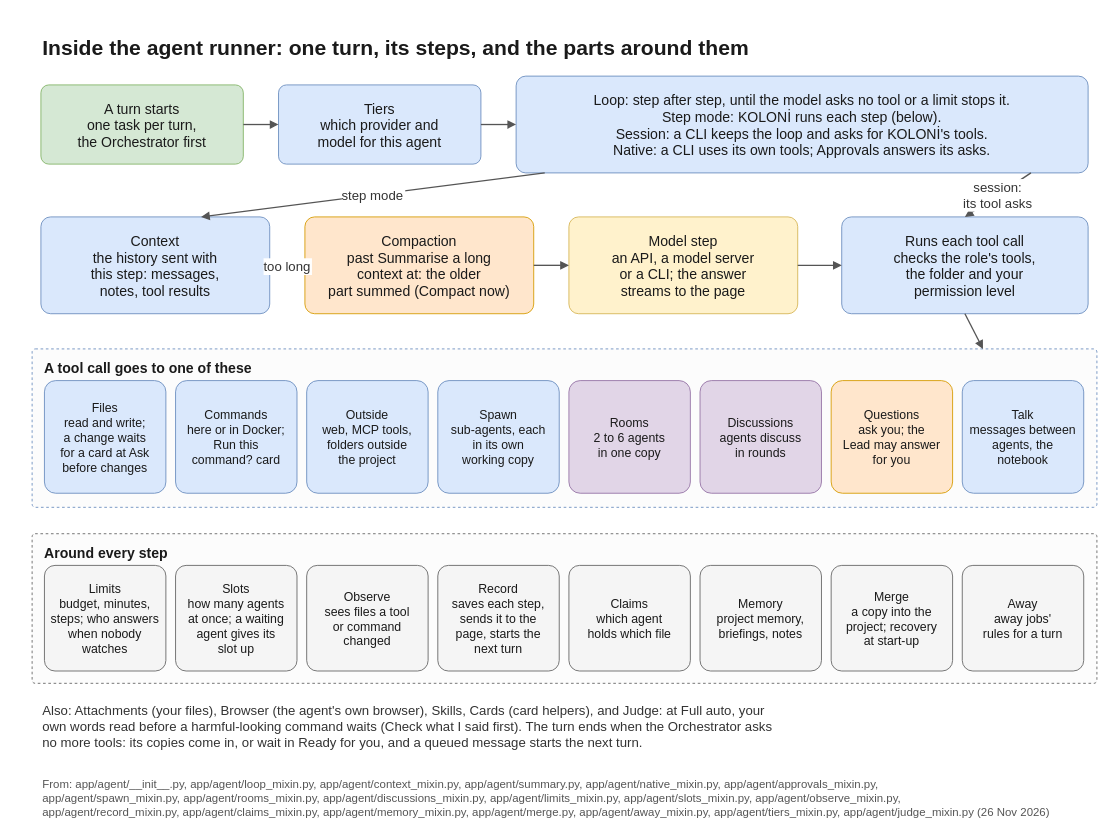
flyingriverhorse/Koloni keeps this draw.io diagram as docs/diagrams/runner.drawio. Above is the earlier version. Source tidied: cells renumbered, new cells numbered last; positions are measured from the earlier drawing's top-left corner, leaving out a move shared by most shapes. Both pictures are drawn from the tidied source at 88%, with x=0, y=0 at pixel (14, 14).
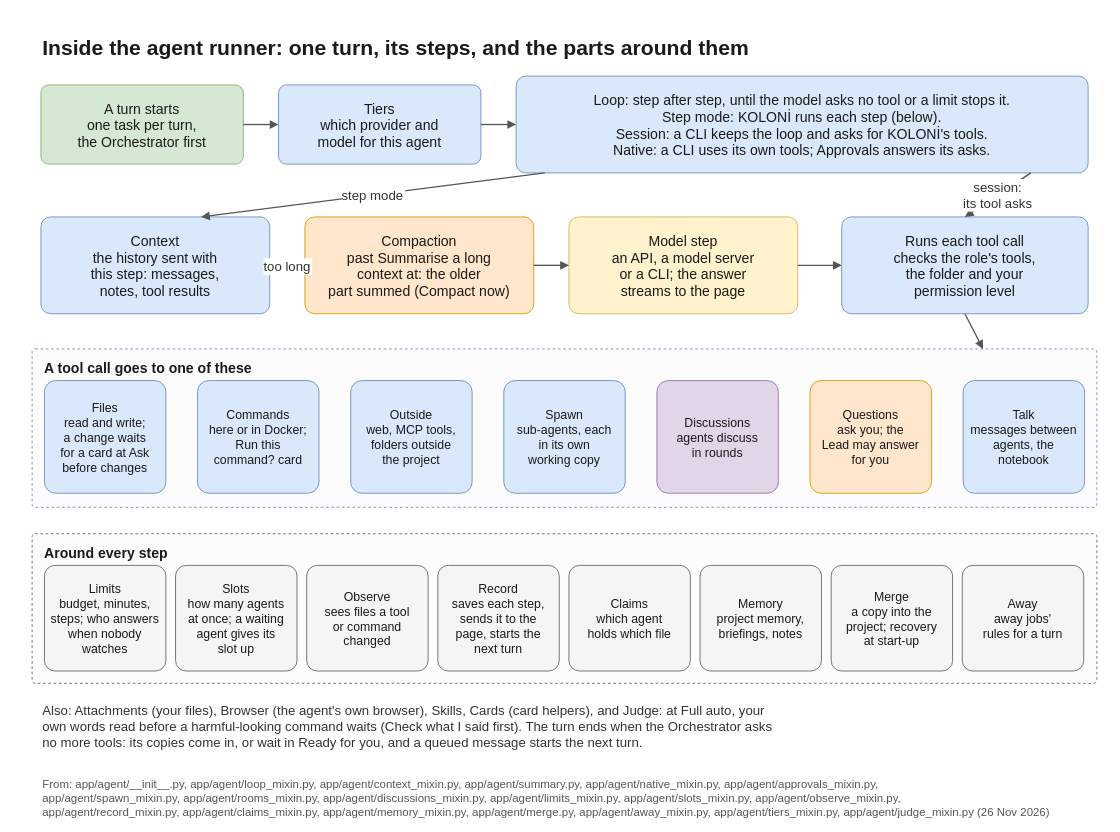
After the change.

The edit, as a diff of the source:
```diff
@@
     <mxCell id="21" value="Commands&#10;here or in Docker;&#10;Run this&#10;command? card" style="rounded=1;arcSize=10;fillColor=#dae8fc;strokeColor=#6c8ebf;fontFamily=Helvetica;fontColor=#1a1a1a;fontSize=14;spacing=6;" parent="1" vertex="1">
-      <mxGeometry x="183" y="416" width="138" height="128" as="geometry" />
+      <mxGeometry x="208" y="416" width="138" height="128" as="geometry" />
     </mxCell>
     <mxCell id="22" value="Outside&#10;web, MCP tools,&#10;folders outside&#10;the project" style="rounded=1;arcSize=10;fillColor=#dae8fc;strokeColor=#6c8ebf;fontFamily=Helvetica;fontColor=#1a1a1a;fontSize=14;spacing=6;" parent="1" vertex="1">
-      <mxGeometry x="332" y="416" width="138" height="128" as="geometry" />
+      <mxGeometry x="382" y="416" width="138" height="128" as="geometry" />
     </mxCell>
     <mxCell id="23" value="Spawn&#10;sub-agents, each&#10;in its own&#10;working copy" style="rounded=1;arcSize=10;fillColor=#dae8fc;strokeColor=#6c8ebf;fontFamily=Helvetica;fontColor=#1a1a1a;fontSize=14;spacing=6;" parent="1" vertex="1">
-      <mxGeometry x="481" y="416" width="138" height="128" as="geometry" />
+      <mxGeometry x="556" y="416" width="138" height="128" as="geometry" />
     </mxCell>
-    <mxCell id="24" value="Rooms&#10;2 to 6 agents&#10;in one copy" style="rounded=1;arcSize=10;fillColor=#e1d5e7;strokeColor=#9673a6;fontFamily=Helvetica;fontColor=#1a1a1a;fontSize=14;spacing=6;" parent="1" vertex="1">
-      <mxGeometry x="630" y="416" width="138" height="128" as="geometry" />
-    </mxCell>
     <mxCell id="25" value="Discussions&#10;agents discuss&#10;in rounds" style="rounded=1;arcSize=10;fillColor=#e1d5e7;strokeColor=#9673a6;fontFamily=Helvetica;fontColor=#1a1a1a;fontSize=14;spacing=6;" parent="1" vertex="1">
-      <mxGeometry x="779" y="416" width="138" height="128" as="geometry" />
+      <mxGeometry x="730" y="416" width="138" height="128" as="geometry" />
     </mxCell>
     <mxCell id="26" value="Questions&#10;ask you; the&#10;Lead may answer&#10;for you" style="rounded=1;arcSize=10;fillColor=#ffe6cc;strokeColor=#d79b00;fontFamily=Helvetica;fontColor=#1a1a1a;fontSize=14;spacing=6;" parent="1" vertex="1">
-      <mxGeometry x="928" y="416" width="138" height="128" as="geometry" />
+      <mxGeometry x="904" y="416" width="138" height="128" as="geometry" />
     </mxCell>
     <mxCell id="27" value="Talk&#10;messages between&#10;agents, the&#10;notebook" style="rounded=1;arcSize=10;fillColor=#dae8fc;strokeColor=#6c8ebf;fontFamily=Helvetica;fontColor=#1a1a1a;fontSize=14;spacing=6;" parent="1" vertex="1">
-      <mxGeometry x="1077" y="416" width="138" height="128" as="geometry" />
+      <mxGeometry x="1078" y="416" width="138" height="128" as="geometry" />
     </mxCell>
```
